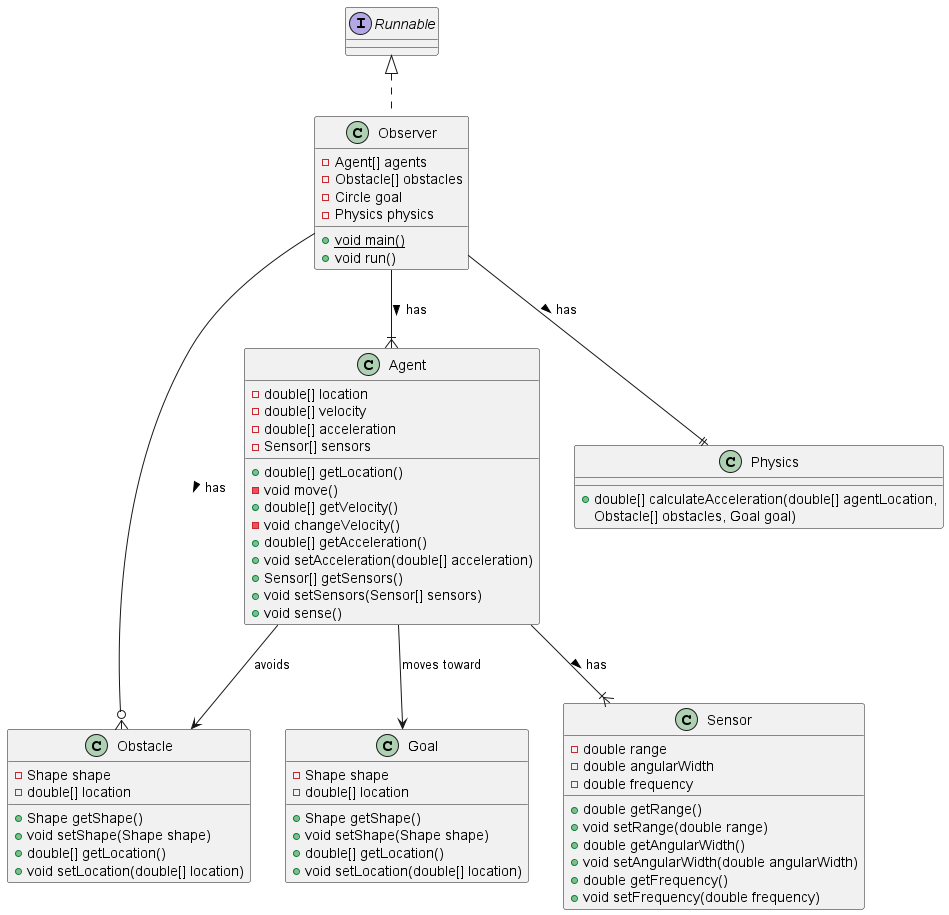
Earlier version of the PlantUML export doc/diagrams/simulation.png (dalemorris2021/agent-simulation).
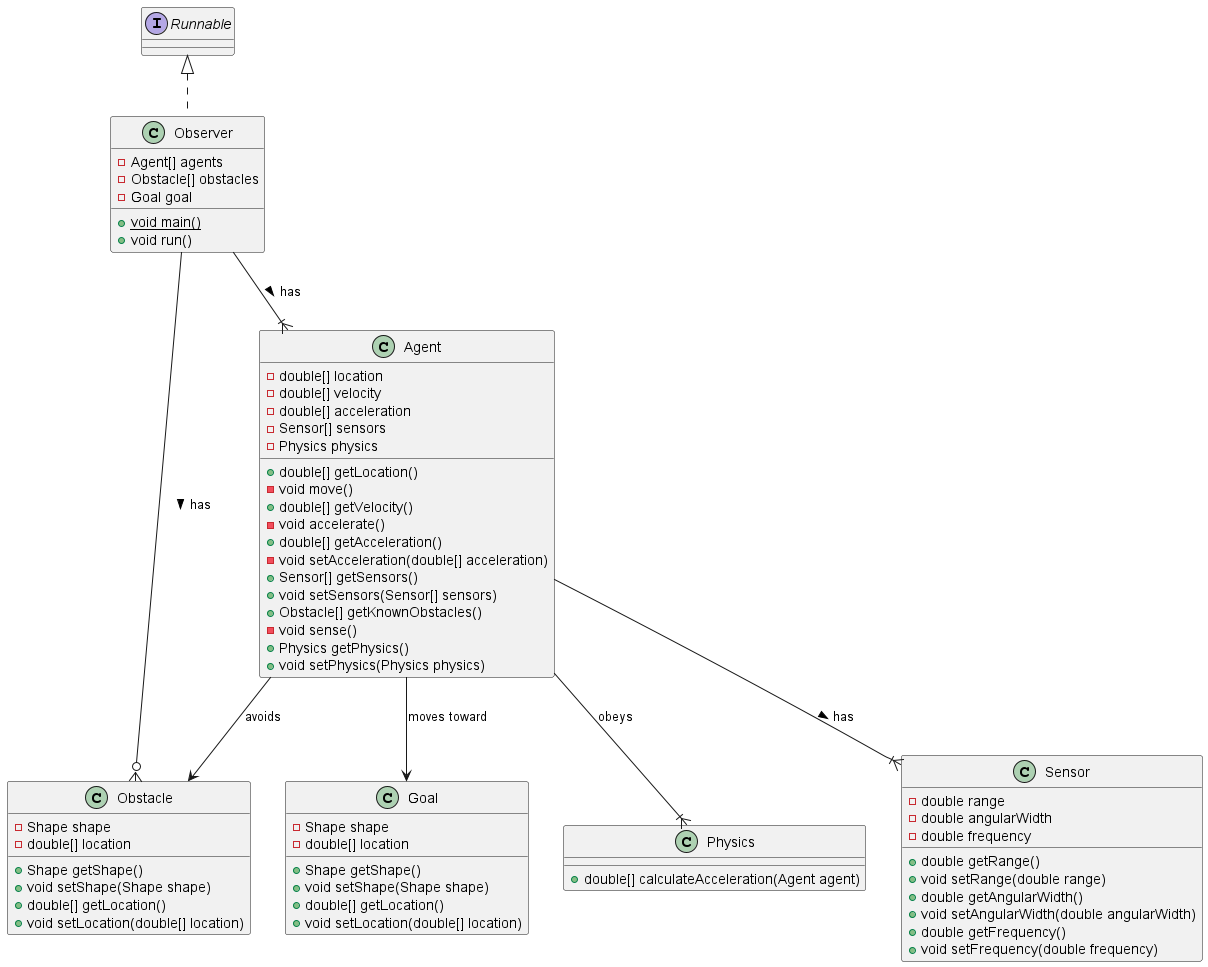
Later version of the same file.

Commit message:
Modified architecture, initial commit for classes

Change to the diagram source:
```diff
@@ -3,8 +3,7 @@
 class Observer implements Runnable {
     - Agent[] agents
     - Obstacle[] obstacles
-    - Circle goal
-    - Physics physics
+    - Goal goal
     + {static} void main()
     + void run()
 }
@@ -14,16 +13,20 @@
     - double[] velocity
     - double[] acceleration
     - Sensor[] sensors
+    - Physics physics
 
     + double[] getLocation()
     - void move()
     + double[] getVelocity()
-    - void changeVelocity()
+    - void accelerate()
     + double[] getAcceleration()
-    + void setAcceleration(double[] acceleration)
+    - void setAcceleration(double[] acceleration)
     + Sensor[] getSensors()
     + void setSensors(Sensor[] sensors)
-    + void sense()
+    + Obstacle[] getKnownObstacles()
+    - void sense()
+    + Physics getPhysics()
+    + void setPhysics(Physics physics)
 }
 
 class Sensor {
@@ -60,16 +63,15 @@
 }
 
 class Physics {
-    + double[] calculateAcceleration(double[] agentLocation,
-    Obstacle[] obstacles, Goal goal)
+    + double[] calculateAcceleration(Agent agent)
 }
 
 Observer --|{ Agent : has >
 Observer --o{ Obstacle : has >
-Observer --|| Physics : has >
 
 Agent --|{ Sensor : has >
 Agent --> Obstacle : avoids
 Agent --> Goal : moves toward
+Agent --|{ Physics : obeys
 
 @enduml
```
